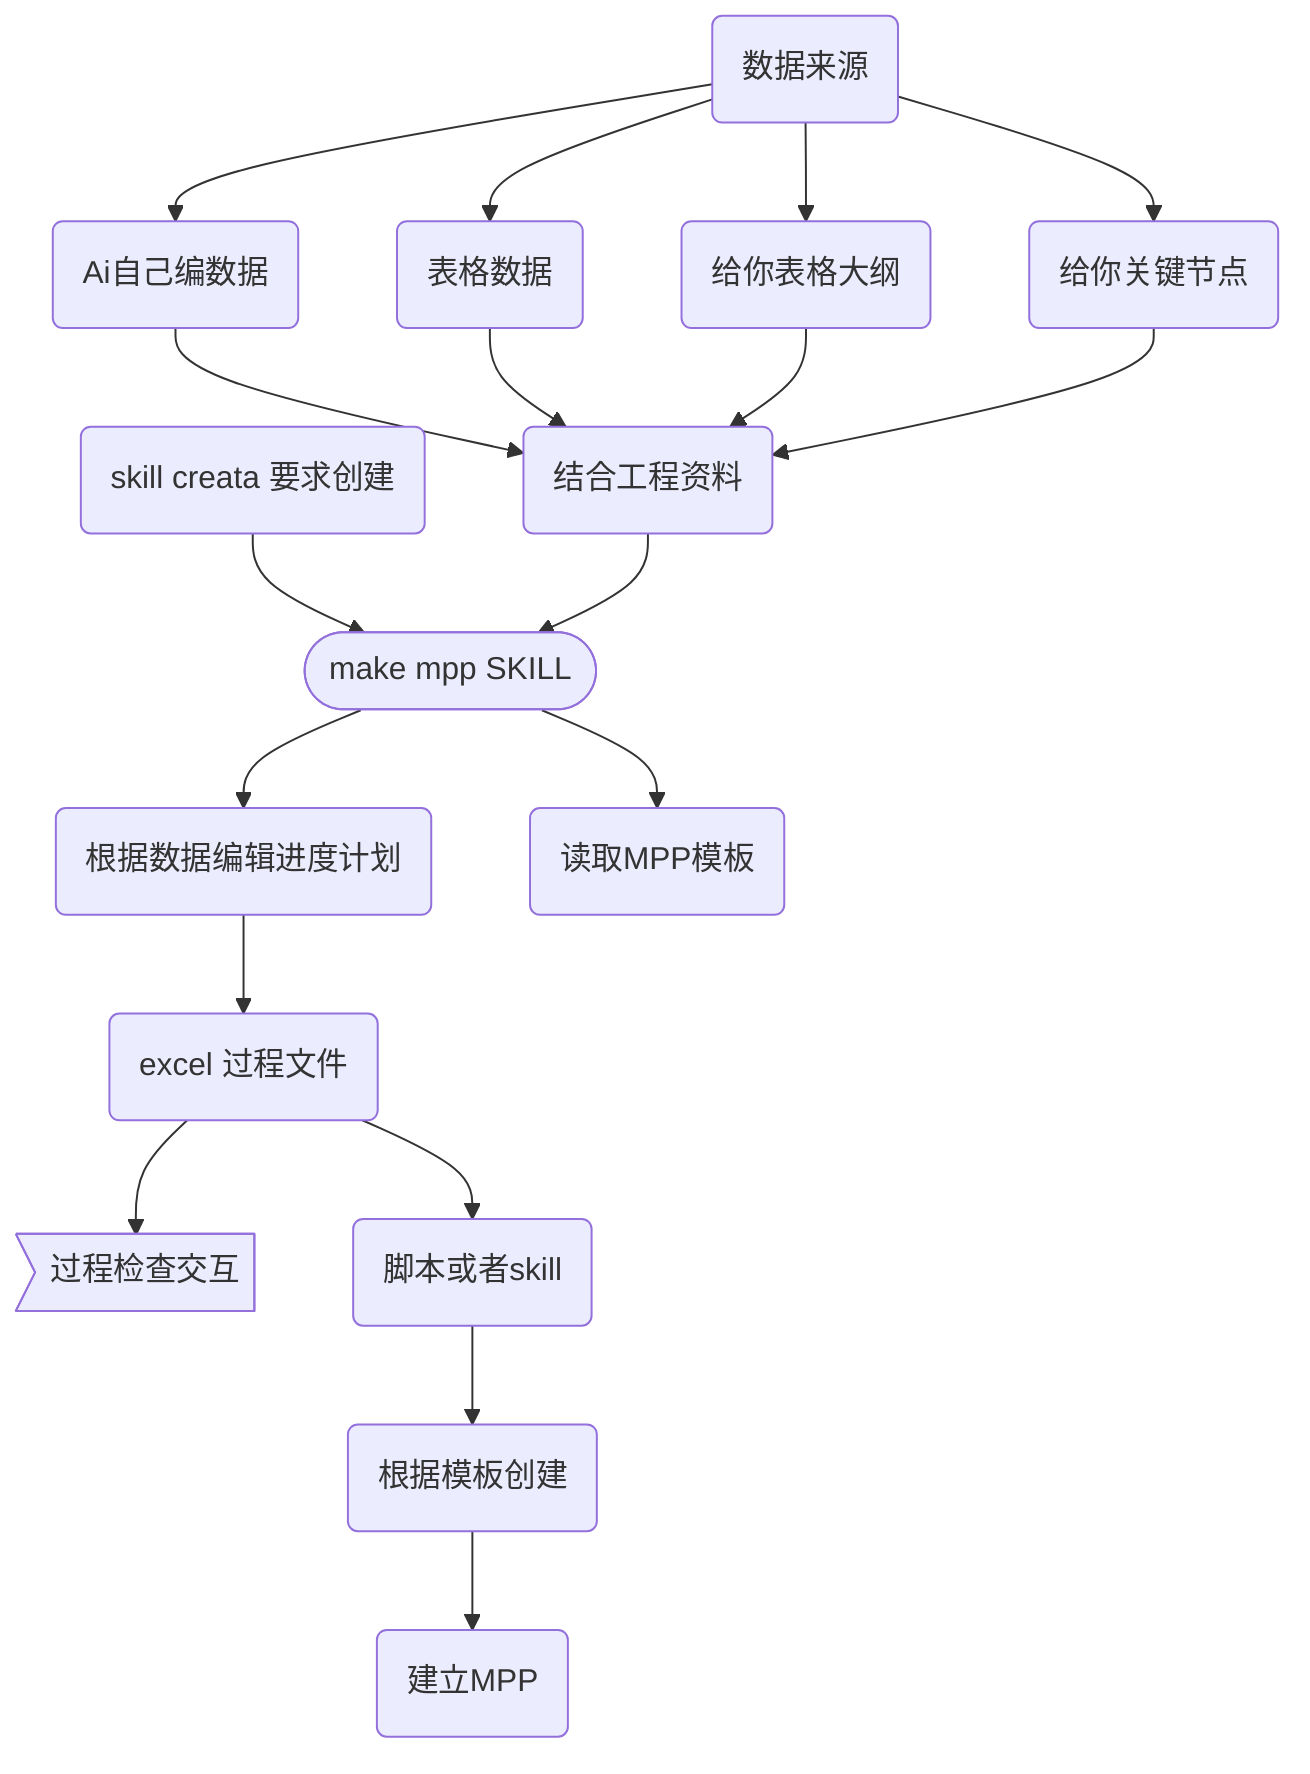
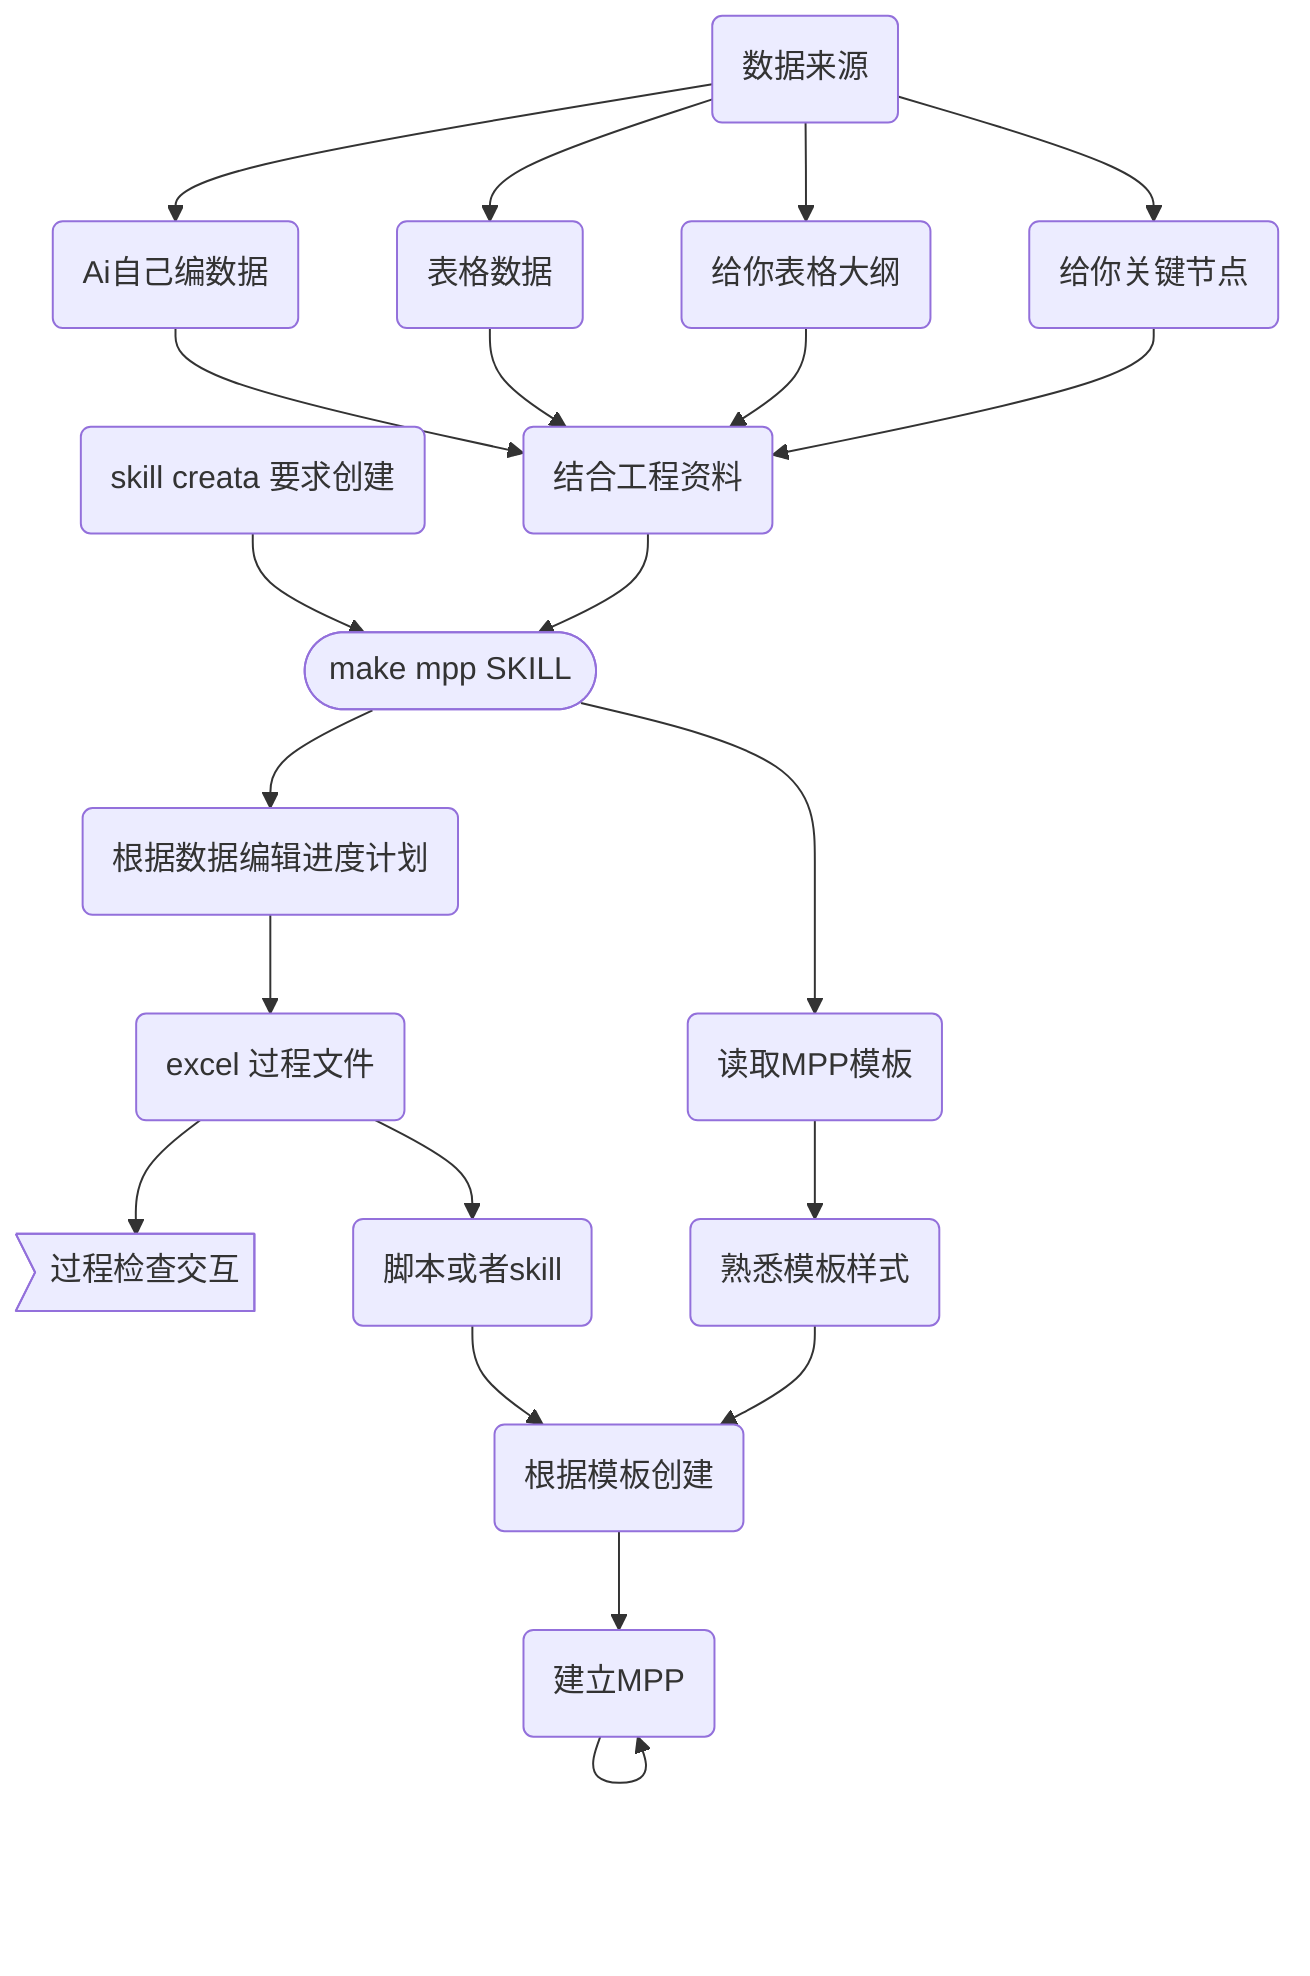
flowchart TD
  n_0(["make mpp SKILL"])
  n_1("数据来源")
  n_2("skill  creata 要求创建")
  n_3("Ai自己编数据")
  n_4("表格数据")
  n_5("建立MPP")
  n_6("给你表格大纲")
  n_7("给你关键节点")
  n_8("结合工程资料")
  n_9("excel 过程文件")
  n_10("根据数据编辑进度计划")
  n_11>"过程检查交互"]
  n_12("脚本或者skill")
  n_13("读取MPP模板")
  n_14("根据模板创建")
+   n_15("熟悉模板样式")
  n_2 --> n_0
  n_1 --> n_3
  n_1 --> n_4
  n_1 --> n_6
  n_1 --> n_7
  n_3 --> n_8
  n_4 --> n_8
  n_6 --> n_8
  n_7 --> n_8
  n_8 --> n_0
  n_0 --> n_10
  n_10 --> n_9
  n_9 --> n_11
  n_0 --> n_13
-   n_9 --> n_12
  n_12 --> n_14
  n_14 --> n_5
+   n_5 --> n_5
+   n_13 --> n_15
+   n_9 --> n_12
+   n_15 --> n_14
